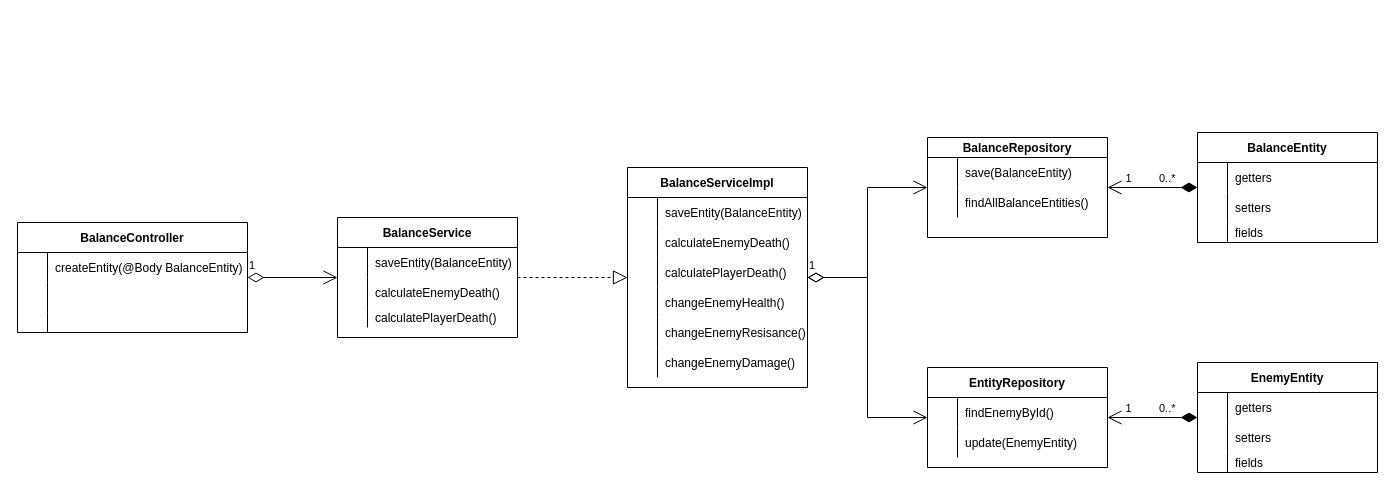
The draw.io diagram project-ressources/classDiagramm.drawio in mikkaK/dungeoncrawler-be-ai, before the edit. Source tidied: cells renumbered, new cells numbered last; positions are measured from the earlier drawing's top-left corner, leaving out a move shared by most shapes. Both pictures are drawn from the tidied source at 100%, with x=0, y=0 at pixel (17, 132).
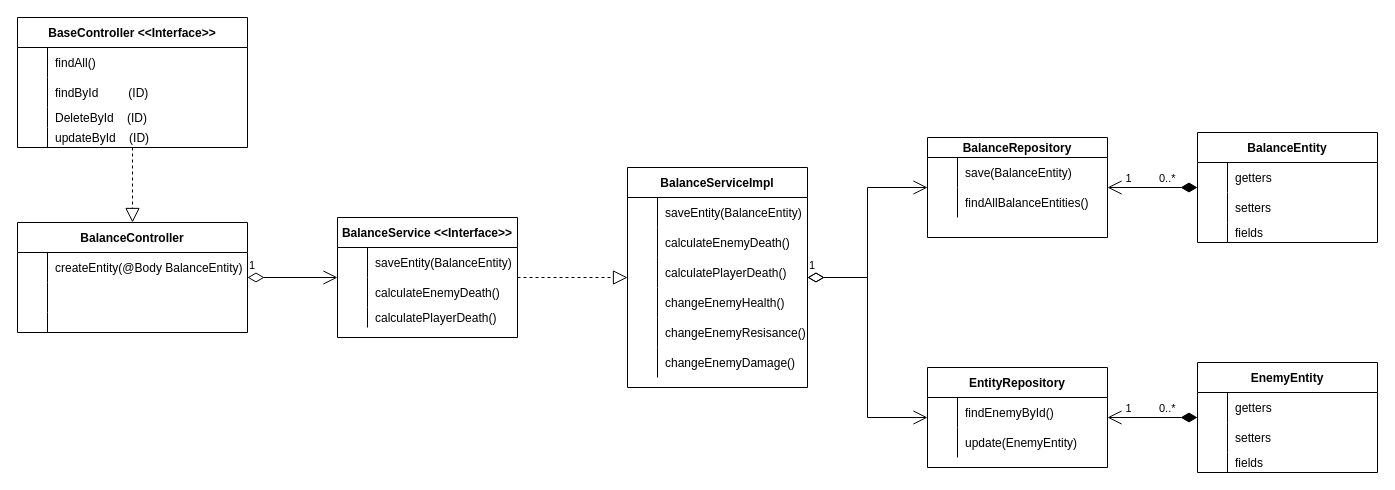
The same page after the edit.

Commit message (it also covers changes not shown here):
changed app props and modified class diagramm

The change refers to these unchanged cells:
```xml
<mxCell id="2" value="BalanceController" style="shape=table;startSize=30;childLayout=tableLayout;rowLines=0;fontStyle=1;align=center;" parent="1" vertex="1">
  <mxGeometry y="90" width="230" height="110" as="geometry" />
</mxCell>
```

What changed in the source:
```diff
@@
-    <mxCell id="12" value="BalanceService" style="shape=table;startSize=30;childLayout=tableLayout;rowLines=0;fontStyle=1;align=center;" parent="1" vertex="1">
+    <mxCell id="12" value="BalanceService &lt;&lt;Interface&gt;&gt;" style="shape=table;startSize=30;childLayout=tableLayout;rowLines=0;fontStyle=1;align=center;" parent="1" vertex="1">
       <mxGeometry x="320" y="85" width="180" height="120" as="geometry" />
     </mxCell>
@@
+    <mxCell id="83" value="BaseController &lt;&lt;Interface&gt;&gt;" style="shape=table;startSize=30;childLayout=tableLayout;rowLines=0;fontStyle=1;align=center;" parent="1" vertex="1">
+      <mxGeometry y="-115" width="230" height="130" as="geometry" />
+    </mxCell>
+    <mxCell id="84" style="shape=tableRow;horizontal=0;startSize=0;swimlaneHead=0;swimlaneBody=0;fillColor=none;top=0;left=0;right=0;bottom=0;" parent="83" vertex="1">
+      <mxGeometry y="30" width="230" height="30" as="geometry" />
+    </mxCell>
+    <mxCell id="85" style="shape=partialRectangle;fillColor=none;top=0;left=0;bottom=0;right=0;overflow=hidden;" parent="84" vertex="1">
+      <mxGeometry width="30" height="30" as="geometry" />
+    </mxCell>
+    <mxCell id="86" value="findAll()" style="shape=partialRectangle;fillColor=none;top=0;left=0;bottom=0;right=0;align=left;spacingLeft=6;overflow=hidden;" parent="84" vertex="1">
+      <mxGeometry x="30" width="200" height="30" as="geometry" />
+    </mxCell>
+    <mxCell id="87" style="shape=tableRow;horizontal=0;startSize=0;swimlaneHead=0;swimlaneBody=0;fillColor=none;top=0;left=0;right=0;bottom=0;" parent="83" vertex="1">
+      <mxGeometry y="60" width="230" height="30" as="geometry" />
+    </mxCell>
+    <mxCell id="88" value="                " style="shape=partialRectangle;fillColor=none;top=0;left=0;bottom=0;right=0;overflow=hidden;" parent="87" vertex="1">
+      <mxGeometry width="30" height="30" as="geometry" />
+    </mxCell>
+    <mxCell id="89" value="findById         (ID)" style="shape=partialRectangle;fillColor=none;top=0;left=0;bottom=0;right=0;align=left;spacingLeft=6;overflow=hidden;" parent="87" vertex="1">
+      <mxGeometry x="30" width="200" height="30" as="geometry" />
+    </mxCell>
+    <mxCell id="90" style="shape=tableRow;horizontal=0;startSize=0;swimlaneHead=0;swimlaneBody=0;fillColor=none;top=0;left=0;right=0;bottom=0;" parent="83" vertex="1">
+      <mxGeometry y="90" width="230" height="20" as="geometry" />
+    </mxCell>
+    <mxCell id="91" value="                " style="shape=partialRectangle;fillColor=none;top=0;left=0;bottom=0;right=0;overflow=hidden;" parent="90" vertex="1">
+      <mxGeometry width="30" height="20" as="geometry" />
+    </mxCell>
+    <mxCell id="92" value="DeleteById    (ID)" style="shape=partialRectangle;fillColor=none;top=0;left=0;bottom=0;right=0;align=left;spacingLeft=6;overflow=hidden;" parent="90" vertex="1">
+      <mxGeometry x="30" width="200" height="20" as="geometry" />
+    </mxCell>
+    <mxCell id="93" style="shape=tableRow;horizontal=0;startSize=0;swimlaneHead=0;swimlaneBody=0;fillColor=none;top=0;left=0;right=0;bottom=0;" parent="83" vertex="1">
+      <mxGeometry y="110" width="230" height="20" as="geometry" />
+    </mxCell>
+    <mxCell id="94" value="                " style="shape=partialRectangle;fillColor=none;top=0;left=0;bottom=0;right=0;overflow=hidden;" parent="93" vertex="1">
+      <mxGeometry width="30" height="20" as="geometry" />
+    </mxCell>
+    <mxCell id="95" value="updateById    (ID)" style="shape=partialRectangle;fillColor=none;top=0;left=0;bottom=0;right=0;align=left;spacingLeft=6;overflow=hidden;" parent="93" vertex="1">
+      <mxGeometry x="30" width="200" height="20" as="geometry" />
+    </mxCell>
+    <mxCell id="96" style="endArrow=block;dashed=1;endFill=0;endSize=12;html=1;rounded=0;" parent="1" edge="1" source="83" target="2">
+      <mxGeometry relative="1" as="geometry" />
+    </mxCell>
```
